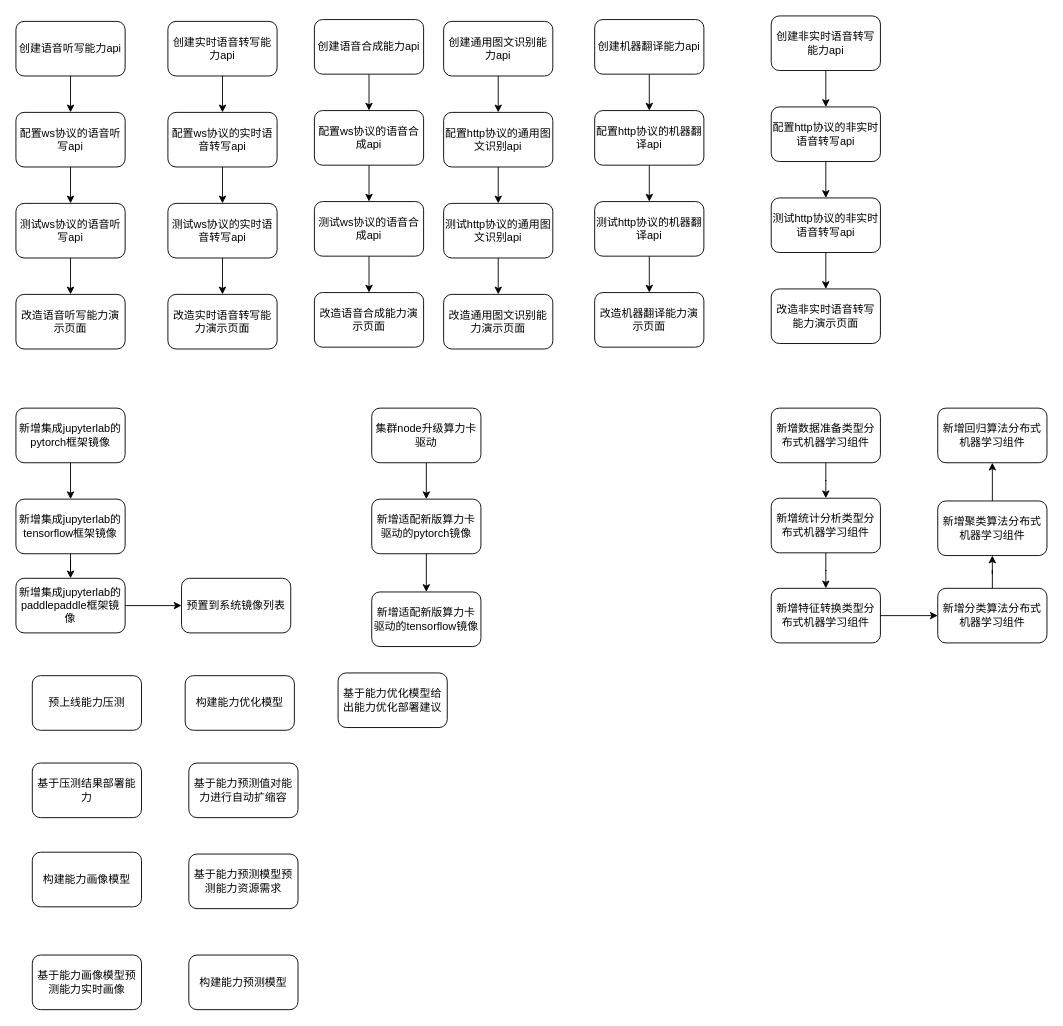
adtxgc/diagrams keeps this draw.io diagram as 2023opex项目流程图.drawio. Above is the earlier version. Source tidied: cells renumbered, new cells numbered last; positions are measured from the earlier drawing's top-left corner, leaving out a move shared by most shapes. Both pictures are drawn from the tidied source at 91%, with x=0, y=0 at pixel (15, 15).
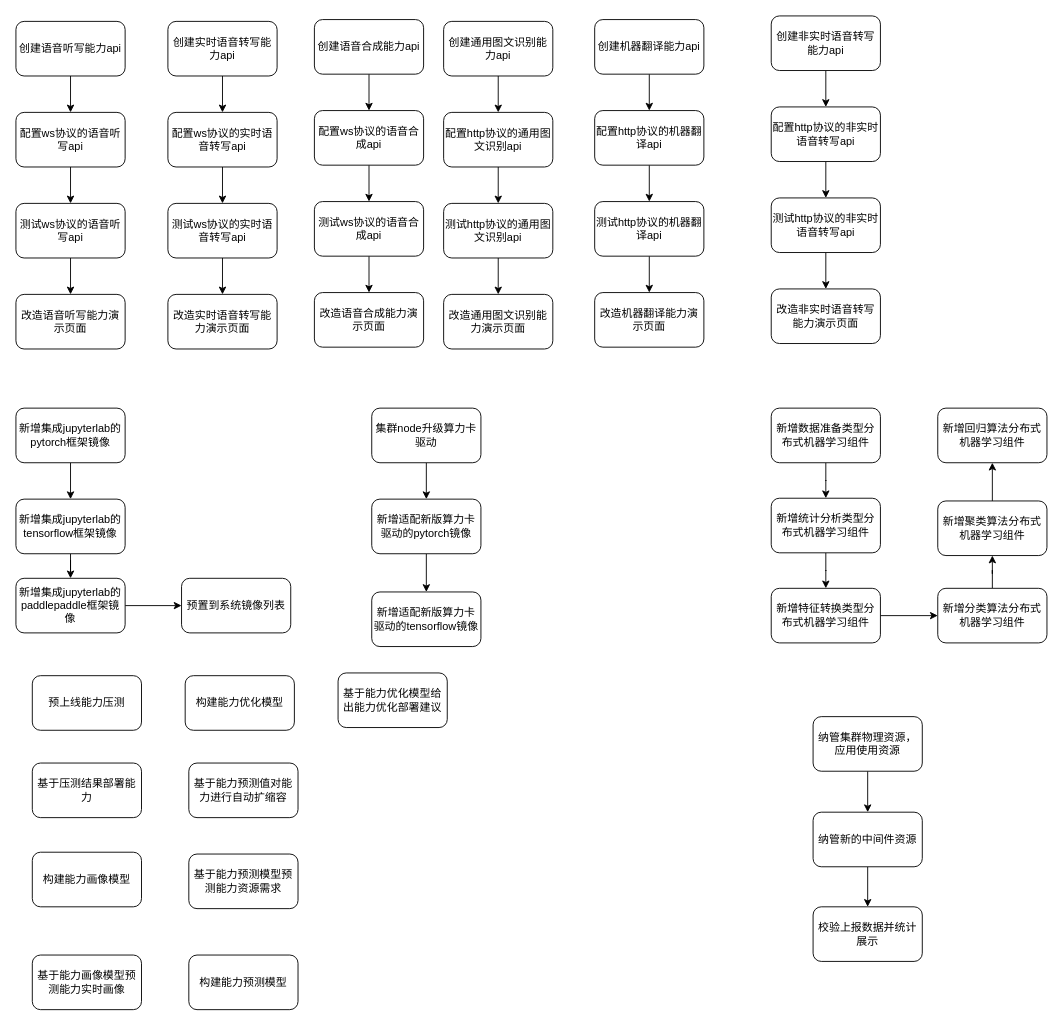
Above is the later version.

Commit message:
更新2023opex项目流程图.drawio

What changed in the source:
```diff
@@
+    <mxCell id="76" style="edgeStyle=orthogonalEdgeStyle;rounded=0;jettySize=auto;html=1;" parent="1" edge="1" source="77" target="79">
+      <mxGeometry relative="1" as="geometry" />
+    </mxCell>
+    <mxCell id="77" value="纳管集群物理资源，应用使用资源" style="rounded=1;whiteSpace=wrap;html=1;" parent="1" vertex="1">
+      <mxGeometry x="876" y="770" width="120" height="60" as="geometry" />
+    </mxCell>
+    <mxCell id="78" style="edgeStyle=orthogonalEdgeStyle;rounded=0;jettySize=auto;html=1;" parent="1" edge="1" source="79" target="80">
+      <mxGeometry relative="1" as="geometry" />
+    </mxCell>
+    <mxCell id="79" value="纳管新的中间件资源" style="whiteSpace=wrap;html=1;rounded=1;" parent="1" vertex="1">
+      <mxGeometry x="876" y="875" width="120" height="60" as="geometry" />
+    </mxCell>
+    <mxCell id="80" value="校验上报数据并统计展示" style="whiteSpace=wrap;html=1;rounded=1;" parent="1" vertex="1">
+      <mxGeometry x="876" y="979" width="120" height="60" as="geometry" />
+    </mxCell>
```
